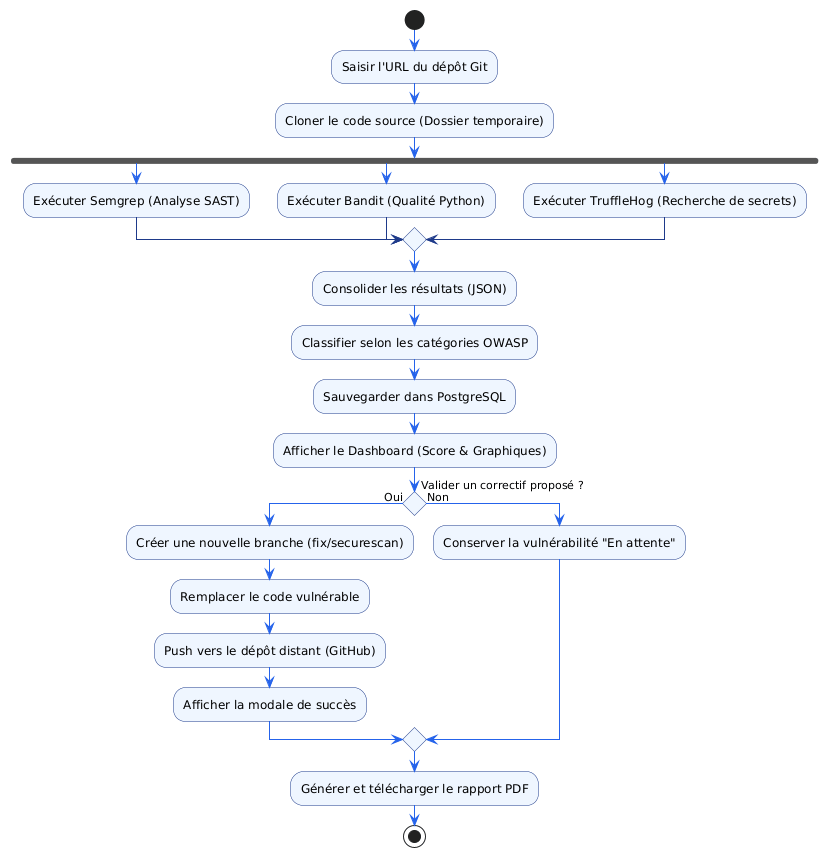
The PlantUML diagram docs/UML/Diagramme activites securescan.png in dillon816/securescan, before a commit. The source it was exported from:
```plantuml
@startuml
skinparam activityShape octagon
skinparam activity {
    BackgroundColor #EFF6FF
    BorderColor #1E3A8A
    ArrowColor #2563EB
}
skinparam conditionStyle diamond

start

:Saisir l'URL du dépôt Git;
:Cloner le code source (Dossier temporaire);

fork
  :Exécuter Semgrep (Analyse SAST);
fork again
  :Exécuter Bandit (Qualité Python);
fork again
  :Exécuter TruffleHog (Recherche de secrets);
end merge

:Consolider les résultats (JSON);
:Classifier selon les catégories OWASP;
:Sauvegarder dans PostgreSQL;

:Afficher le Dashboard (Score & Graphiques);

if (Valider un correctif proposé ?) then (Oui)
  :Créer une nouvelle branche (fix/securescan);
  :Remplacer le code vulnérable;
  :Push vers le dépôt distant (GitHub);
  :Afficher la modale de succès;
else (Non)
  :Conserver la vulnérabilité "En attente";
endif

:Générer et télécharger le rapport PDF;

stop
@enduml
```
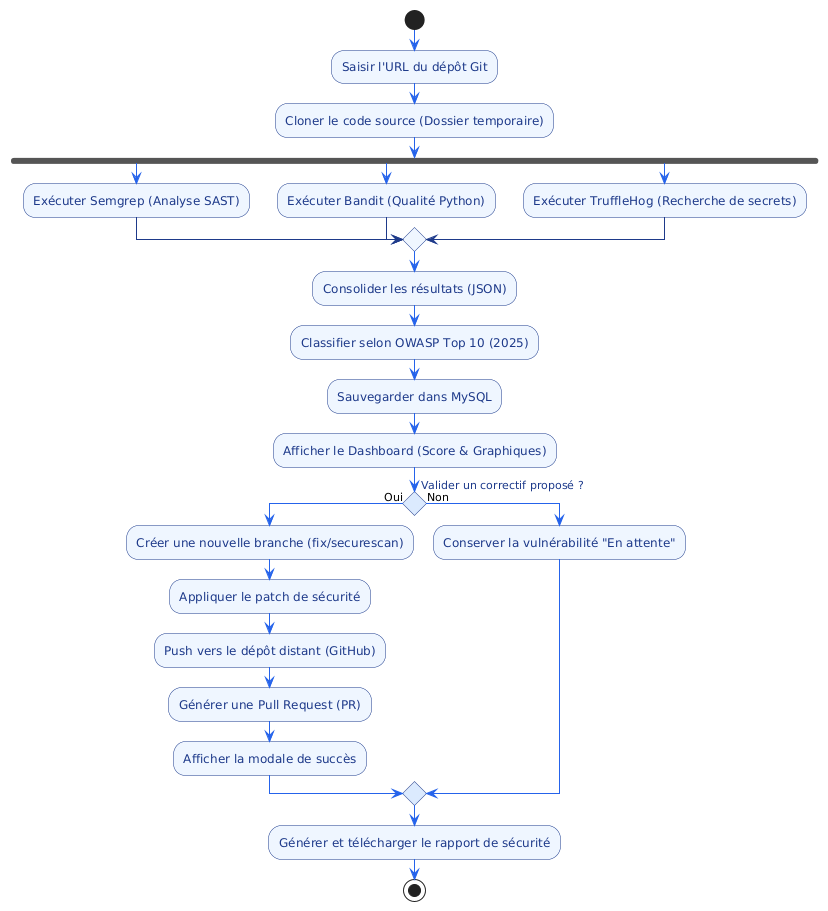
After the commit.

What changed in the source:
```diff
@@ -4,8 +4,11 @@
     BackgroundColor #EFF6FF
     BorderColor #1E3A8A
     ArrowColor #2563EB
+    FontColor #1E3A8A
 }
 skinparam conditionStyle diamond
+skinparam activityDiamondBackgroundColor #DBEAFE
+skinparam activityDiamondBorderColor #1E3A8A
 
 start
 
@@ -21,21 +24,22 @@
 end merge
 
 :Consolider les résultats (JSON);
-:Classifier selon les catégories OWASP;
-:Sauvegarder dans PostgreSQL;
+:Classifier selon OWASP Top 10 (2025);
+:Sauvegarder dans MySQL;
 
 :Afficher le Dashboard (Score & Graphiques);
 
 if (Valider un correctif proposé ?) then (Oui)
   :Créer une nouvelle branche (fix/securescan);
-  :Remplacer le code vulnérable;
+  :Appliquer le patch de sécurité;
   :Push vers le dépôt distant (GitHub);
+  :Générer une Pull Request (PR);
   :Afficher la modale de succès;
 else (Non)
   :Conserver la vulnérabilité "En attente";
 endif
 
-:Générer et télécharger le rapport PDF;
+:Générer et télécharger le rapport de sécurité;
 
 stop
 @enduml
```
